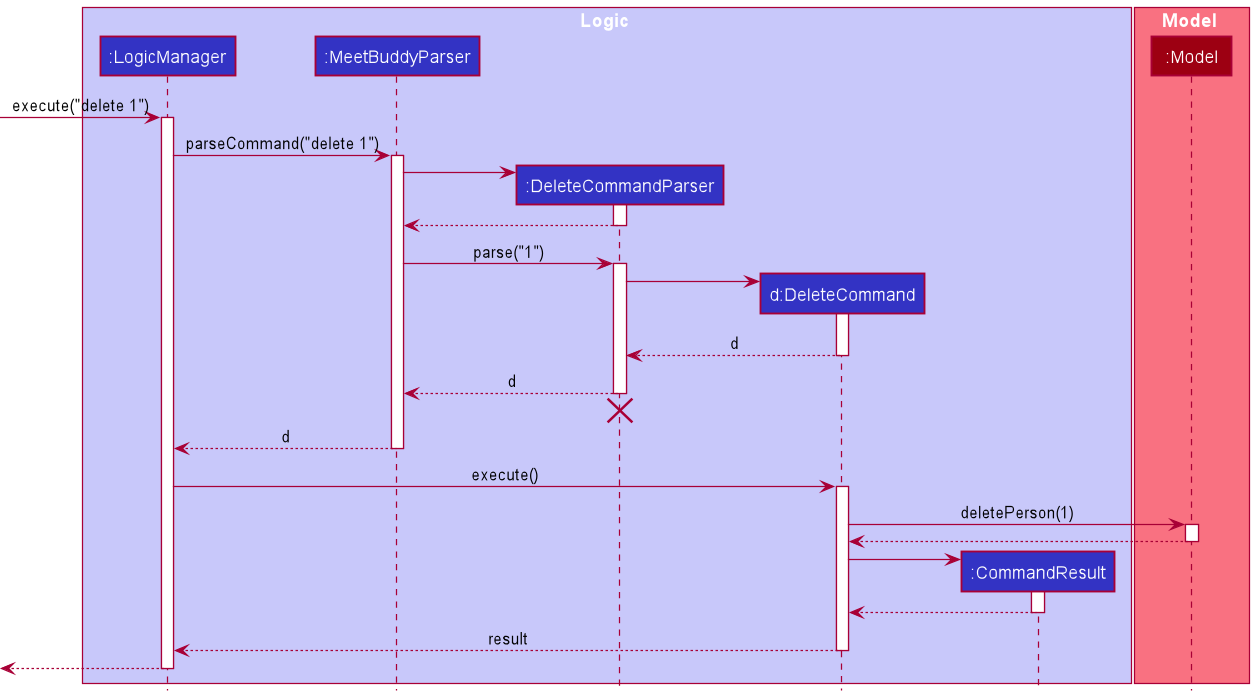
Earlier version of the PlantUML export docs/images/DeleteSequenceDiagram.png (nus-cs2103-AY2021S2/tp).
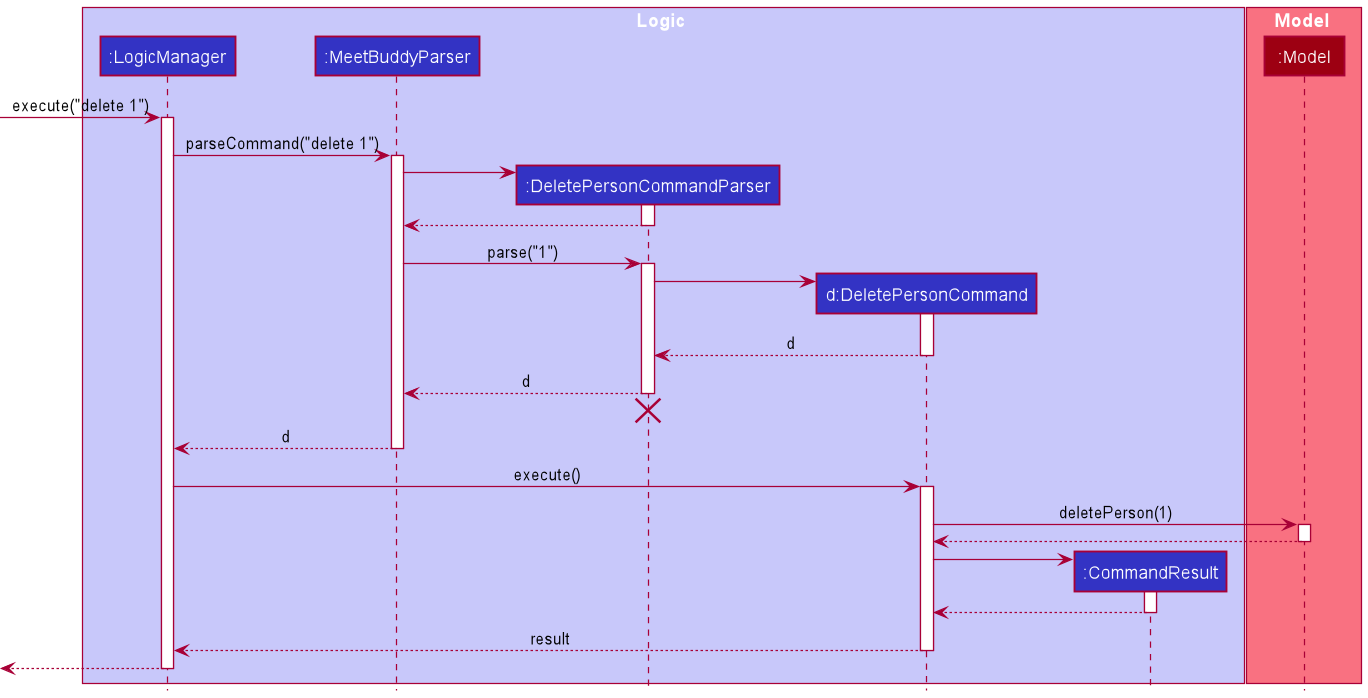
After the change.

Commit message:
Update minor typos in DG and sequence diagram

The edit, as a diff of the source:
```diff
@@ -1,11 +1,12 @@
 @startuml
+
 !include style.puml
 
 box Logic LOGIC_COLOR_T1
 participant ":LogicManager" as LogicManager LOGIC_COLOR
 participant ":MeetBuddyParser" as MeetBuddyParser LOGIC_COLOR
-participant ":DeleteCommandParser" as DeleteCommandParser LOGIC_COLOR
-participant "d:DeleteCommand" as DeleteCommand LOGIC_COLOR
+participant ":DeletePersonCommandParser" as DeletePersonCommandParser LOGIC_COLOR
+participant "d:DeletePersonCommand" as DeletePersonCommand LOGIC_COLOR
 participant ":CommandResult" as CommandResult LOGIC_COLOR
 end box
 
@@ -19,49 +20,49 @@
 LogicManager -> MeetBuddyParser : parseCommand("delete 1")
 activate MeetBuddyParser
 
-create DeleteCommandParser
-MeetBuddyParser -> DeleteCommandParser
-activate DeleteCommandParser
+create DeletePersonCommandParser
+MeetBuddyParser -> DeletePersonCommandParser
+activate DeletePersonCommandParser
 
-DeleteCommandParser --> MeetBuddyParser
-deactivate DeleteCommandParser
+DeletePersonCommandParser --> MeetBuddyParser
+deactivate DeletePersonCommandParser
 
-MeetBuddyParser -> DeleteCommandParser : parse("1")
-activate DeleteCommandParser
+MeetBuddyParser -> DeletePersonCommandParser : parse("1")
+activate DeletePersonCommandParser
 
-create DeleteCommand
-DeleteCommandParser -> DeleteCommand
-activate DeleteCommand
+create DeletePersonCommand
+DeletePersonCommandParser -> DeletePersonCommand
+activate DeletePersonCommand
 
-DeleteCommand --> DeleteCommandParser : d
-deactivate DeleteCommand
+DeletePersonCommand --> DeletePersonCommandParser : d
+deactivate DeletePersonCommand
 
-DeleteCommandParser --> MeetBuddyParser : d
-deactivate DeleteCommandParser
-DeleteCommandParser -[hidden]-> MeetBuddyParser
-destroy DeleteCommandParser
+DeletePersonCommandParser --> MeetBuddyParser : d
+deactivate DeletePersonCommandParser
+DeletePersonCommandParser -[hidden]-> MeetBuddyParser
+destroy DeletePersonCommandParser
 
 MeetBuddyParser --> LogicManager : d
 deactivate MeetBuddyParser
 
-LogicManager -> DeleteCommand : execute()
-activate DeleteCommand
+LogicManager -> DeletePersonCommand : execute()
+activate DeletePersonCommand
 
-DeleteCommand -> Model : deletePerson(1)
+DeletePersonCommand -> Model : deletePerson(1)
 activate Model
 
-Model --> DeleteCommand
+Model --> DeletePersonCommand
 deactivate Model
 
 create CommandResult
-DeleteCommand -> CommandResult
+DeletePersonCommand -> CommandResult
 activate CommandResult
 
-CommandResult --> DeleteCommand
+CommandResult --> DeletePersonCommand
 deactivate CommandResult
 
-DeleteCommand --> LogicManager : result
-deactivate DeleteCommand
+DeletePersonCommand --> LogicManager : result
+deactivate DeletePersonCommand
 
 [<--LogicManager
 deactivate LogicManager
```
